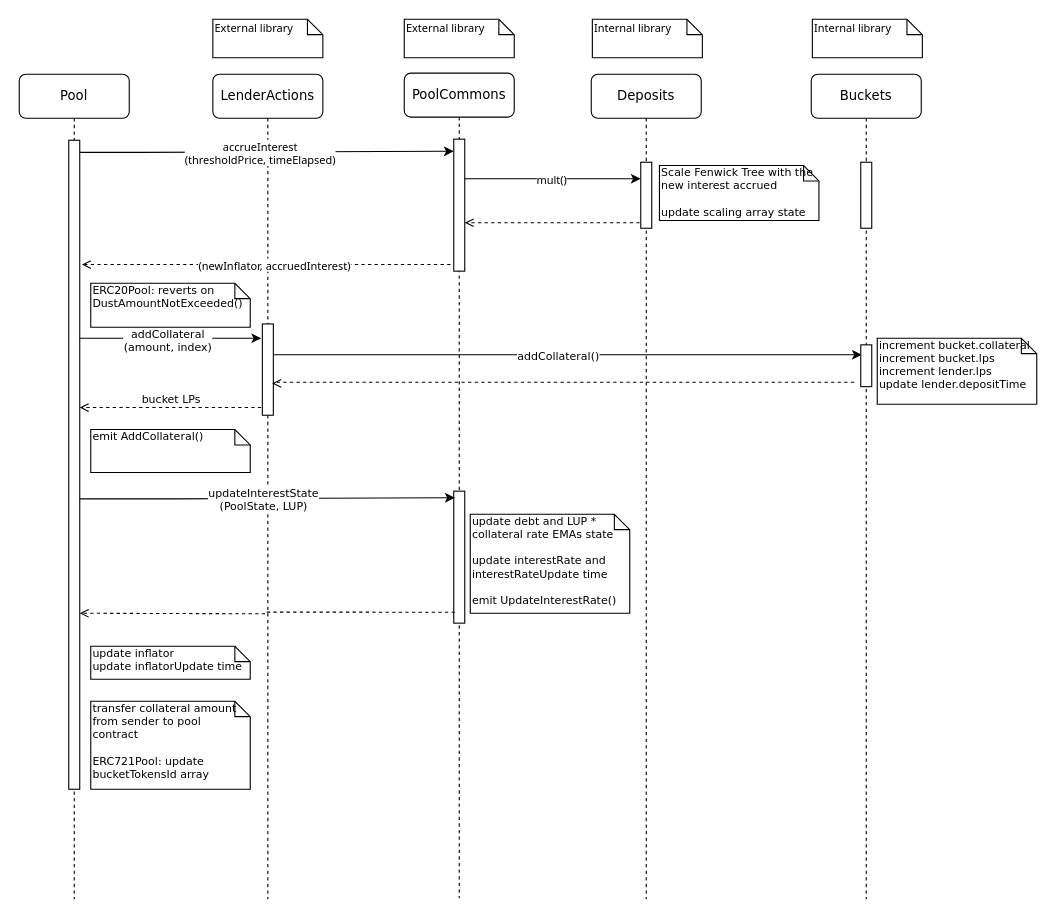
The draw.io diagram docs/drawio/addCollateral.drawio in ajna-finance/ajna-core, before the edit. Source tidied: cells renumbered, new cells numbered last; positions are measured from the earlier drawing's top-left corner, leaving out a move shared by most shapes. Both pictures are drawn from the tidied source at 110%, with x=0, y=0 at pixel (19, 19).
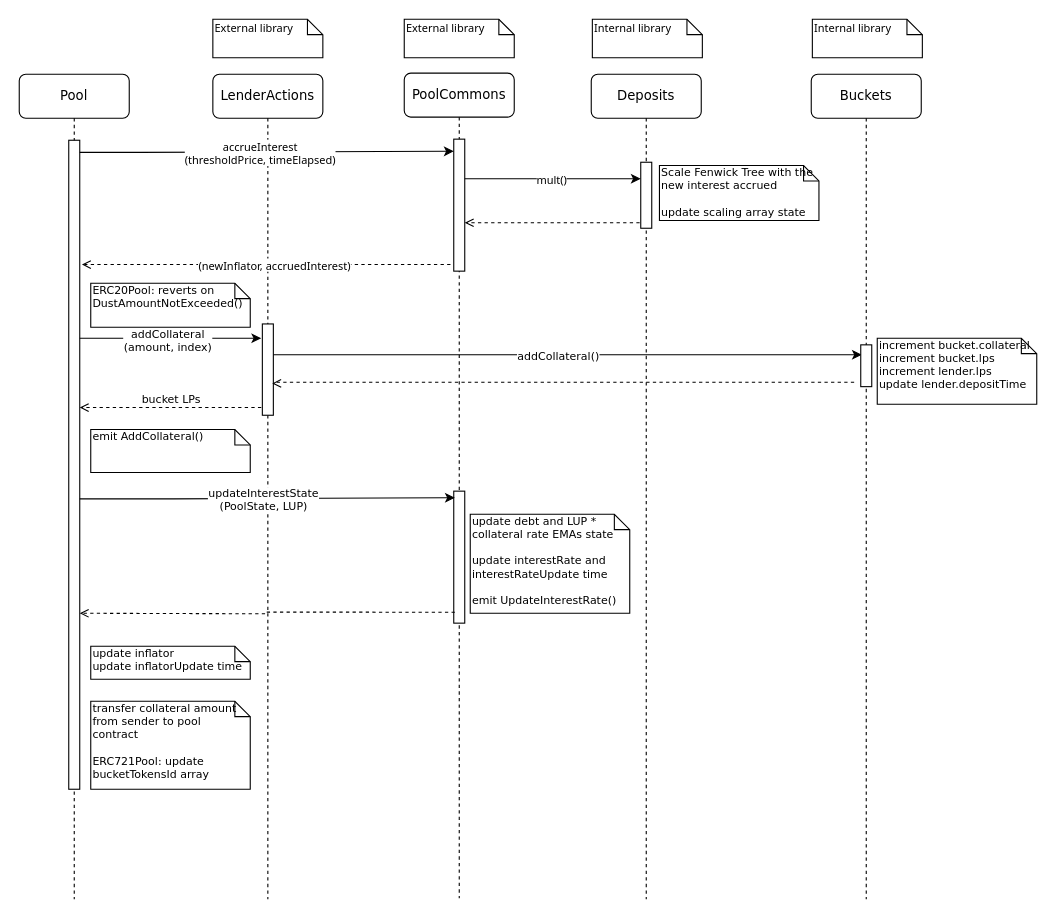
The same page after the edit.

The change refers to these unchanged cells:
```xml
<mxCell id="34" value="Buckets" style="shape=umlLifeline;perimeter=lifelinePerimeter;whiteSpace=wrap;html=1;rounded=1;shadow=0;comic=0;labelBackgroundColor=none;strokeWidth=1;fontFamily=Verdana;fontSize=12;align=center;" parent="1" vertex="1">
  <mxGeometry x="720" y="50" width="100" height="750" as="geometry" />
</mxCell>
```

Diff of the diagram source:
```diff
@@
-    <mxCell id="35" style="html=1;perimeter=orthogonalPerimeter;rounded=0;shadow=0;comic=0;labelBackgroundColor=none;strokeWidth=1;fontFamily=Verdana;fontSize=12;align=center;" parent="34" vertex="1">
-      <mxGeometry x="45" y="80" width="10" height="60" as="geometry" />
-    </mxCell>
```
